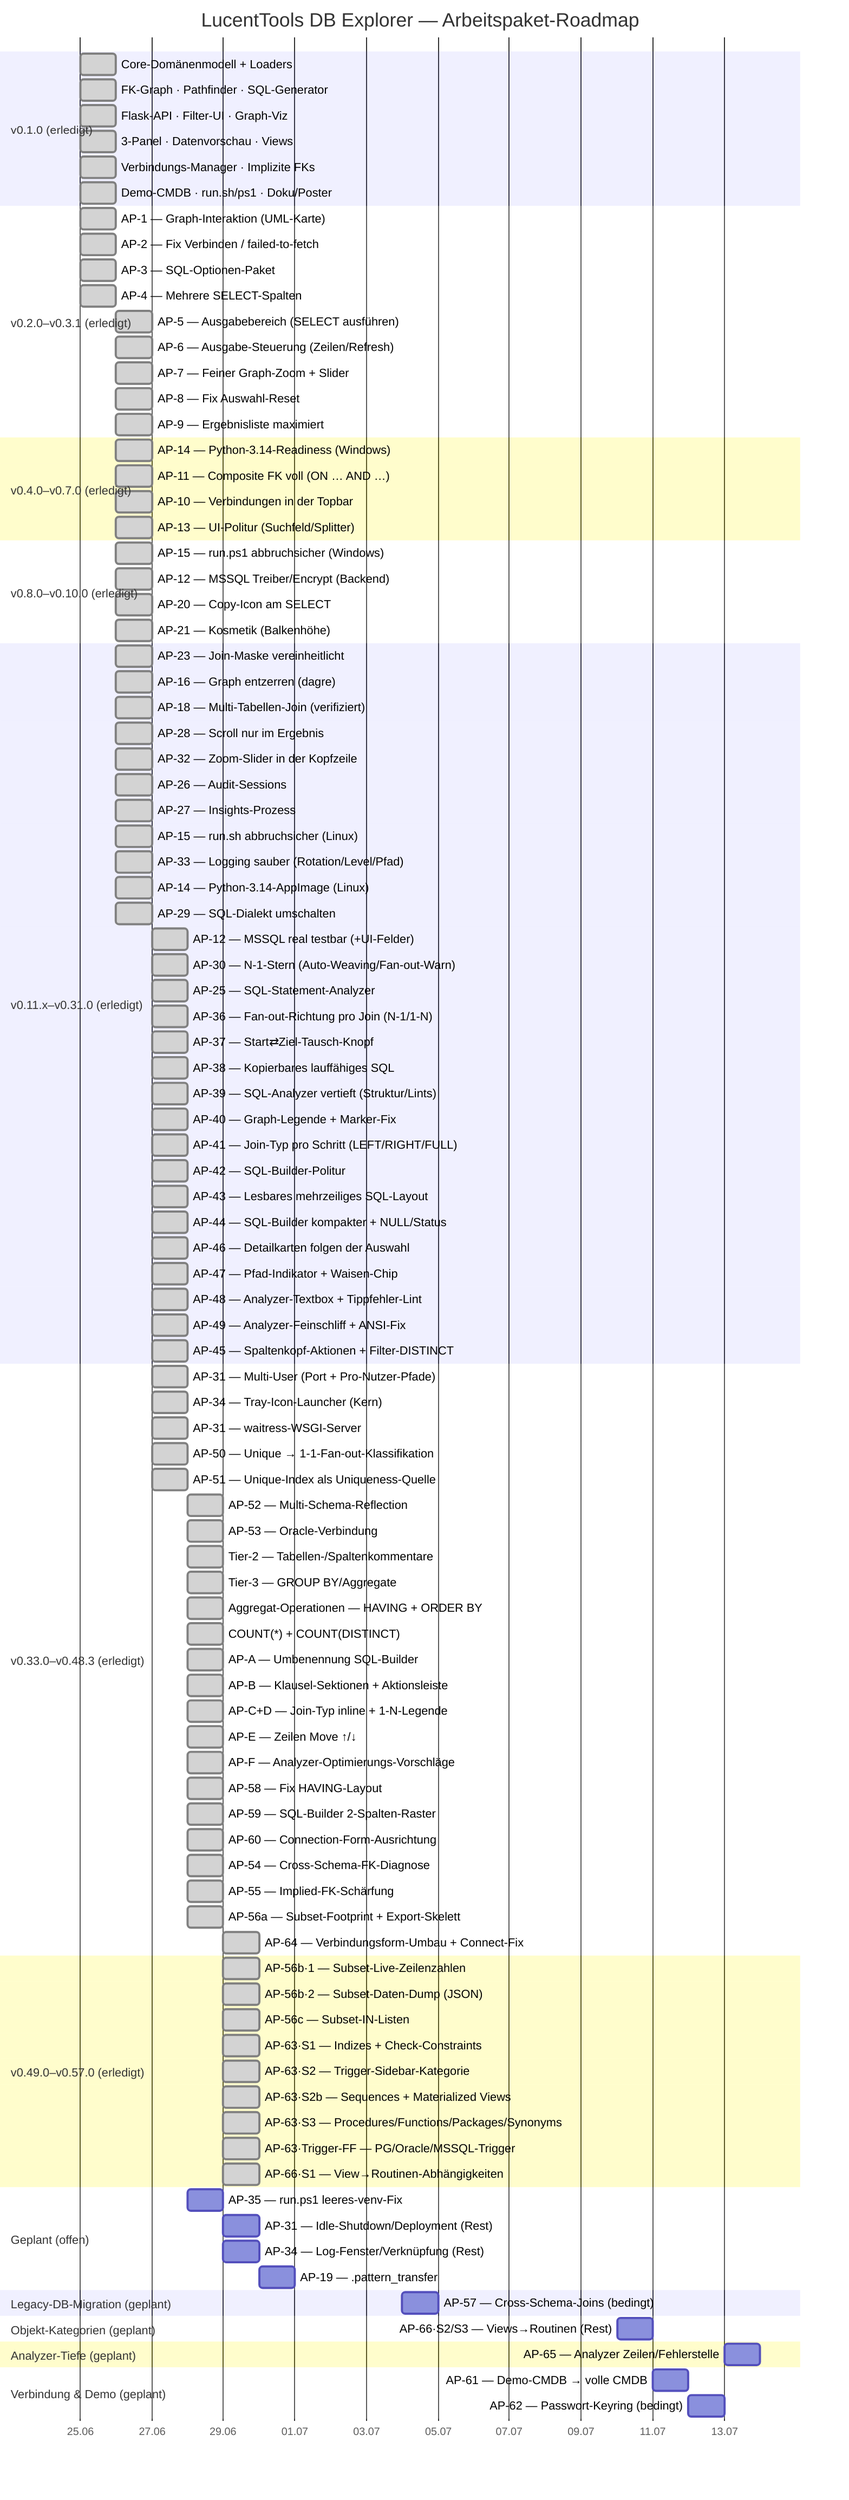
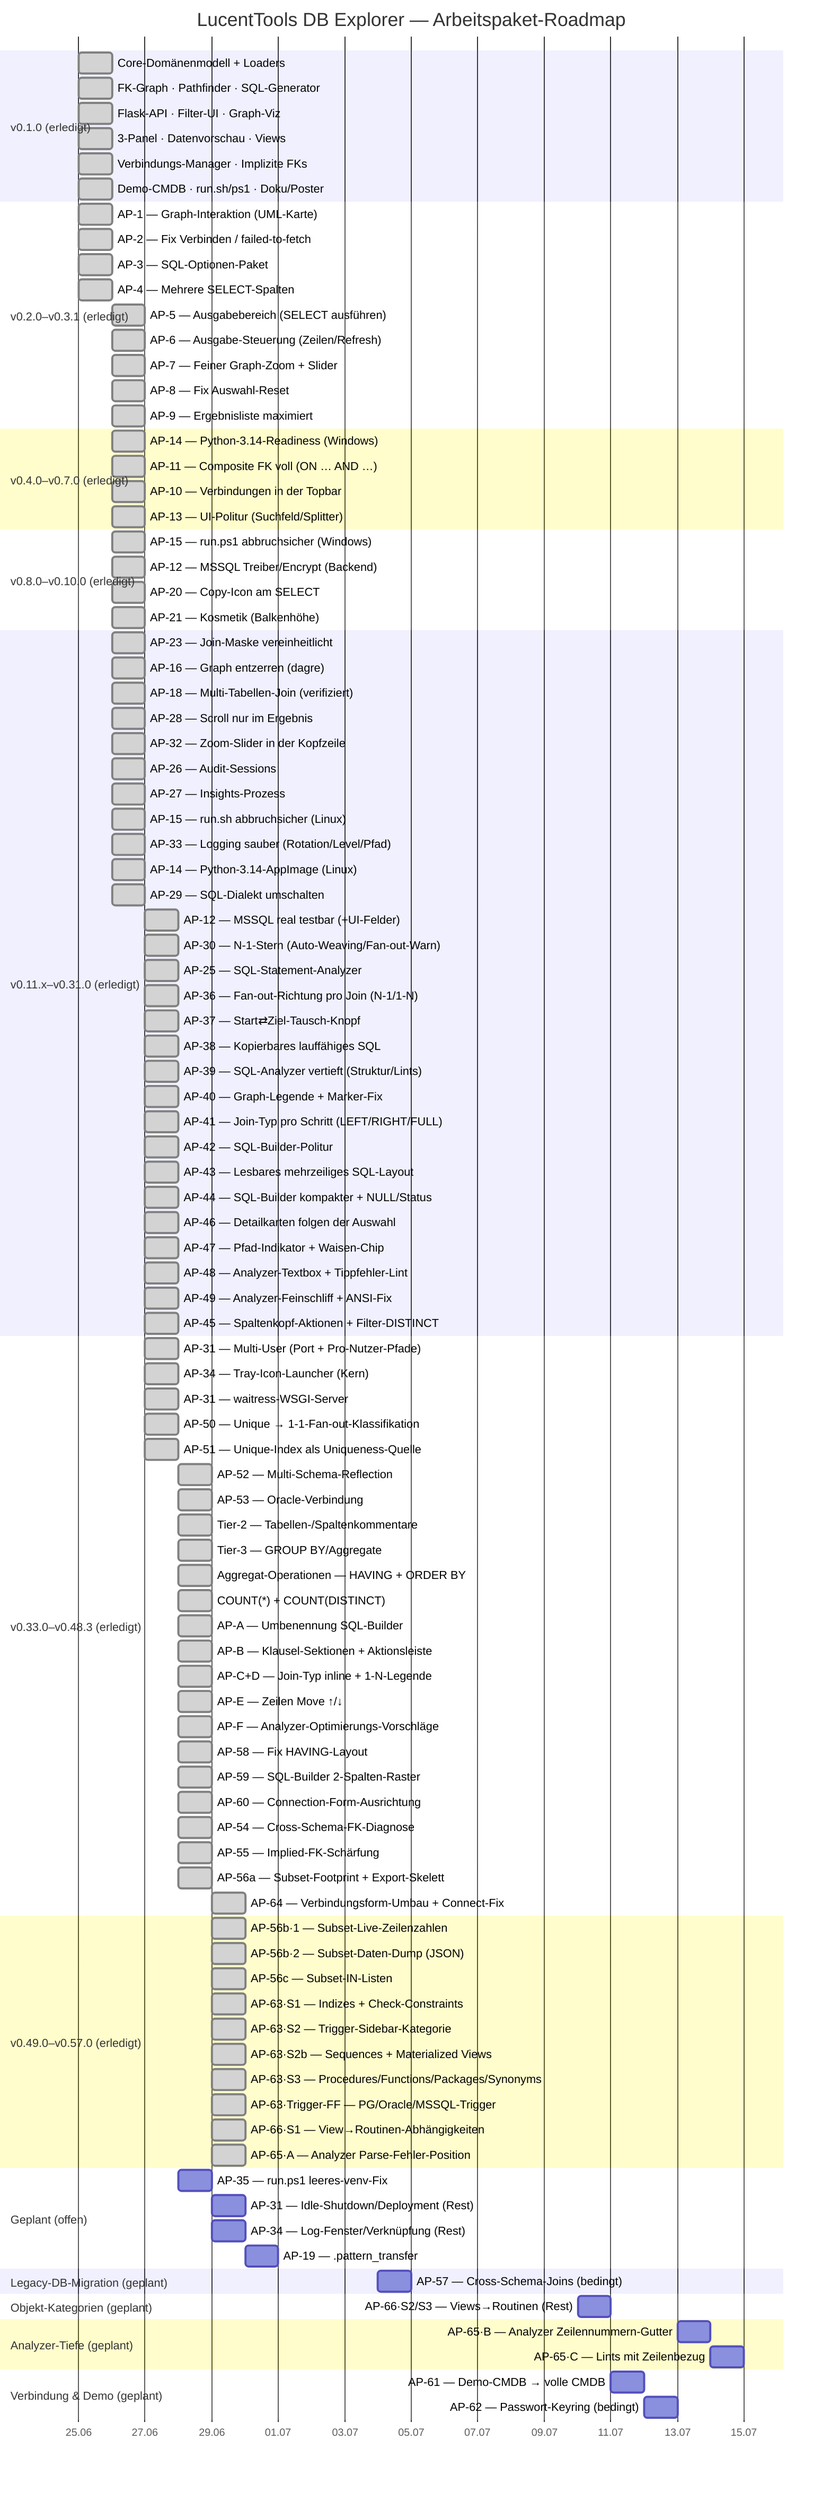
gantt
    title LucentTools DB Explorer — Arbeitspaket-Roadmap
    dateFormat  YYYY-MM-DD
    axisFormat  %d.%m

    section v0.1.0 (erledigt)
    Core-Domänenmodell + Loaders          :done, d1, 2026-06-25, 1d
    FK-Graph · Pathfinder · SQL-Generator :done, d2, 2026-06-25, 1d
    Flask-API · Filter-UI · Graph-Viz     :done, d3, 2026-06-25, 1d
    3-Panel · Datenvorschau · Views       :done, d4, 2026-06-25, 1d
    Verbindungs-Manager · Implizite FKs   :done, d5, 2026-06-25, 1d
    Demo-CMDB · run.sh/ps1 · Doku/Poster  :done, d6, 2026-06-25, 1d

    section v0.2.0–v0.3.1 (erledigt)
    AP-1 — Graph-Interaktion (UML-Karte)        :done, a1, 2026-06-25, 1d
    AP-2 — Fix Verbinden / failed-to-fetch      :done, a2, 2026-06-25, 1d
    AP-3 — SQL-Optionen-Paket                   :done, a3, 2026-06-25, 1d
    AP-4 — Mehrere SELECT-Spalten               :done, a4, 2026-06-25, 1d
    AP-5 — Ausgabebereich (SELECT ausführen)    :done, a5, 2026-06-26, 1d
    AP-6 — Ausgabe-Steuerung (Zeilen/Refresh)   :done, a6, 2026-06-26, 1d
    AP-7 — Feiner Graph-Zoom + Slider           :done, a7, 2026-06-26, 1d
    AP-8 — Fix Auswahl-Reset                    :done, a8, 2026-06-26, 1d
    AP-9 — Ergebnisliste maximiert              :done, a9, 2026-06-26, 1d

    section v0.4.0–v0.7.0 (erledigt)
    AP-14 — Python-3.14-Readiness (Windows)     :done, b1, 2026-06-26, 1d
    AP-11 — Composite FK voll (ON … AND …)      :done, b2, 2026-06-26, 1d
    AP-10 — Verbindungen in der Topbar          :done, b3, 2026-06-26, 1d
    AP-13 — UI-Politur (Suchfeld/Splitter)      :done, b4, 2026-06-26, 1d

    section v0.8.0–v0.10.0 (erledigt)
    AP-15 — run.ps1 abbruchsicher (Windows)     :done, c1, 2026-06-26, 1d
    AP-12 — MSSQL Treiber/Encrypt (Backend)     :done, c2, 2026-06-26, 1d
    AP-20 — Copy-Icon am SELECT                 :done, c3, 2026-06-26, 1d
    AP-21 — Kosmetik (Balkenhöhe)               :done, c4, 2026-06-26, 1d

    section v0.11.x–v0.31.0 (erledigt)
    AP-23 — Join-Maske vereinheitlicht          :done, e1, 2026-06-26, 1d
    AP-16 — Graph entzerren (dagre)             :done, e2, 2026-06-26, 1d
    AP-18 — Multi-Tabellen-Join (verifiziert)   :done, e3, 2026-06-26, 1d
    AP-28 — Scroll nur im Ergebnis              :done, e4, 2026-06-26, 1d
    AP-32 — Zoom-Slider in der Kopfzeile        :done, e5, 2026-06-26, 1d
    AP-26 — Audit-Sessions                      :done, e6, 2026-06-26, 1d
    AP-27 — Insights-Prozess                    :done, e7, 2026-06-26, 1d
    AP-15 — run.sh abbruchsicher (Linux)        :done, e8, 2026-06-26, 1d
    AP-33 — Logging sauber (Rotation/Level/Pfad) :done, e9, 2026-06-26, 1d
    AP-14 — Python-3.14-AppImage (Linux)         :done, e10, 2026-06-26, 1d
    AP-29 — SQL-Dialekt umschalten               :done, e11, 2026-06-26, 1d
    AP-12 — MSSQL real testbar (+UI-Felder)      :done, e12, 2026-06-27, 1d
    AP-30 — N-1-Stern (Auto-Weaving/Fan-out-Warn) :done, e13, 2026-06-27, 1d
    AP-25 — SQL-Statement-Analyzer               :done, e14, 2026-06-27, 1d
    AP-36 — Fan-out-Richtung pro Join (N-1/1-N)  :done, e15, 2026-06-27, 1d
    AP-37 — Start⇄Ziel-Tausch-Knopf              :done, e16, 2026-06-27, 1d
    AP-38 — Kopierbares lauffähiges SQL          :done, e17, 2026-06-27, 1d
    AP-39 — SQL-Analyzer vertieft (Struktur/Lints) :done, e18, 2026-06-27, 1d
    AP-40 — Graph-Legende + Marker-Fix           :done, e19, 2026-06-27, 1d
    AP-41 — Join-Typ pro Schritt (LEFT/RIGHT/FULL) :done, e20, 2026-06-27, 1d
    AP-42 — SQL-Builder-Politur                 :done, e21, 2026-06-27, 1d
    AP-43 — Lesbares mehrzeiliges SQL-Layout      :done, e22, 2026-06-27, 1d
    AP-44 — SQL-Builder kompakter + NULL/Status :done, e23, 2026-06-27, 1d
    AP-46 — Detailkarten folgen der Auswahl       :done, e24, 2026-06-27, 1d
    AP-47 — Pfad-Indikator + Waisen-Chip         :done, e25, 2026-06-27, 1d
    AP-48 — Analyzer-Textbox + Tippfehler-Lint   :done, e26, 2026-06-27, 1d
    AP-49 — Analyzer-Feinschliff + ANSI-Fix       :done, e27, 2026-06-27, 1d
    AP-45 — Spaltenkopf-Aktionen + Filter-DISTINCT :done, e28, 2026-06-27, 1d

    section v0.33.0–v0.48.3 (erledigt)
    AP-31 — Multi-User (Port + Pro-Nutzer-Pfade) :done, f1, 2026-06-27, 1d
    AP-34 — Tray-Icon-Launcher (Kern)            :done, f2, 2026-06-27, 1d
    AP-31 — waitress-WSGI-Server                 :done, f3, 2026-06-27, 1d
    AP-50 — Unique → 1-1-Fan-out-Klassifikation  :done, f4, 2026-06-27, 1d
    AP-51 — Unique-Index als Uniqueness-Quelle   :done, f5, 2026-06-27, 1d
    AP-52 — Multi-Schema-Reflection              :done, f6, 2026-06-28, 1d
    AP-53 — Oracle-Verbindung                    :done, f7, 2026-06-28, 1d
    Tier-2 — Tabellen-/Spaltenkommentare         :done, f8, 2026-06-28, 1d
    Tier-3 — GROUP BY/Aggregate                  :done, f9, 2026-06-28, 1d
    Aggregat-Operationen — HAVING + ORDER BY     :done, f10, 2026-06-28, 1d
    COUNT(*) + COUNT(DISTINCT)                   :done, f11, 2026-06-28, 1d
    AP-A — Umbenennung SQL-Builder               :done, f12, 2026-06-28, 1d
    AP-B — Klausel-Sektionen + Aktionsleiste     :done, f13, 2026-06-28, 1d
    AP-C+D — Join-Typ inline + 1-N-Legende       :done, f14, 2026-06-28, 1d
    AP-E — Zeilen Move ↑/↓                        :done, f15, 2026-06-28, 1d
    AP-F — Analyzer-Optimierungs-Vorschläge      :done, f16, 2026-06-28, 1d
    AP-58 — Fix HAVING-Layout                    :done, f17, 2026-06-28, 1d
    AP-59 — SQL-Builder 2-Spalten-Raster        :done, f18, 2026-06-28, 1d
    AP-60 — Connection-Form-Ausrichtung         :done, f19, 2026-06-28, 1d
    AP-54 — Cross-Schema-FK-Diagnose            :done, f20, 2026-06-28, 1d
    AP-55 — Implied-FK-Schärfung                :done, f21, 2026-06-28, 1d
    AP-56a — Subset-Footprint + Export-Skelett   :done, f22, 2026-06-28, 1d
    AP-64 — Verbindungsform-Umbau + Connect-Fix  :done, f23, 2026-06-29, 1d

    section v0.49.0–v0.57.0 (erledigt)
    AP-56b·1 — Subset-Live-Zeilenzahlen         :done, f24, 2026-06-29, 1d
    AP-56b·2 — Subset-Daten-Dump (JSON)         :done, f25, 2026-06-29, 1d
    AP-56c — Subset-IN-Listen                   :done, f26, 2026-06-29, 1d
    AP-63·S1 — Indizes + Check-Constraints      :done, f27, 2026-06-29, 1d
    AP-63·S2 — Trigger-Sidebar-Kategorie        :done, f28, 2026-06-29, 1d
    AP-63·S2b — Sequences + Materialized Views  :done, f29, 2026-06-29, 1d
    AP-63·S3 — Procedures/Functions/Packages/Synonyms :done, f30, 2026-06-29, 1d
    AP-63·Trigger-FF — PG/Oracle/MSSQL-Trigger  :done, f31, 2026-06-29, 1d
    AP-66·S1 — View→Routinen-Abhängigkeiten     :done, f32, 2026-06-29, 1d
+     AP-65·A — Analyzer Parse-Fehler-Position    :done, f33, 2026-06-29, 1d

    section Geplant (offen)
    AP-35 — run.ps1 leeres-venv-Fix             :p3, 2026-06-28, 1d
    AP-31 — Idle-Shutdown/Deployment (Rest)     :p5, 2026-06-29, 1d
    AP-34 — Log-Fenster/Verknüpfung (Rest)      :p6, 2026-06-29, 1d
    AP-19 — .pattern_transfer                   :p11, 2026-06-30, 1d

    section Legacy-DB-Migration (geplant)
    AP-57 — Cross-Schema-Joins (bedingt)        :p23, 2026-07-04, 1d

    section Objekt-Kategorien (geplant)
    AP-66·S2/S3 — Views→Routinen (Rest)         :p33, 2026-07-10, 1d

    section Analyzer-Tiefe (geplant)
-     AP-65 — Analyzer Zeilen/Fehlerstelle        :p35, 2026-07-13, 1d
+     AP-65·B — Analyzer Zeilennummern-Gutter     :p35, 2026-07-13, 1d
+     AP-65·C — Lints mit Zeilenbezug             :p36, 2026-07-14, 1d

    section Verbindung & Demo (geplant)
    AP-61 — Demo-CMDB → volle CMDB              :p41, 2026-07-11, 1d
    AP-62 — Passwort-Keyring (bedingt)          :p42, 2026-07-12, 1d
